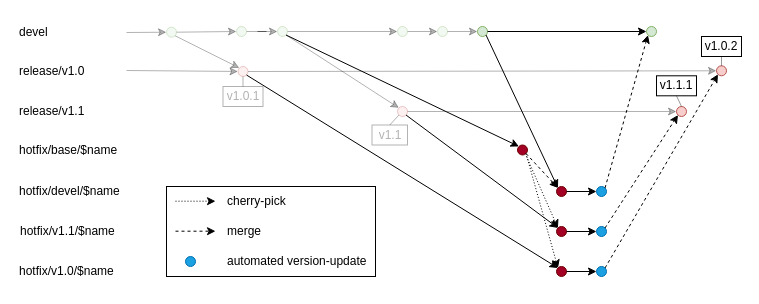
The draw.io diagram docs/img/hotfix.drawio in alasca-association/tarook, before the edit. Source tidied: cells renumbered, new cells numbered last; positions are measured from the earlier drawing's top-left corner, leaving out a move shared by most shapes. Both pictures are drawn from the tidied source at 100%, with x=0, y=0 at pixel (17, 17).
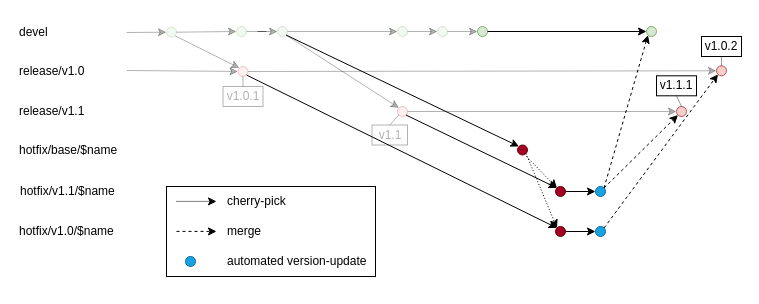
After the change.

Commit message (it also covers changes not shown here):
Change of the proposed hotfix-procedure

The change refers to these unchanged cells:
```xml
<mxCell id="26" style="ellipse;whiteSpace=wrap;html=1;fillColor=#d5e8d4;strokeColor=#82b366;" parent="1" vertex="1">
  <mxGeometry x="460" y="9" width="10" height="10" as="geometry" />
</mxCell>
<mxCell id="28" style="ellipse;whiteSpace=wrap;html=1;fillColor=#a20025;strokeColor=#6F0000;fontColor=#ffffff;" parent="1" vertex="1">
  <mxGeometry x="500" y="127.5" width="10" height="10" as="geometry" />
</mxCell>
<mxCell id="39" style="ellipse;whiteSpace=wrap;html=1;fillColor=#d5e8d4;strokeColor=#82b366;" parent="1" vertex="1">
  <mxGeometry x="629" y="9" width="10" height="10" as="geometry" />
</mxCell>
```

What changed in the source:
```diff
@@
-    <mxCell id="31" value="hotfix/devel/$name" style="text;html=1;strokeColor=none;fillColor=none;align=left;verticalAlign=middle;whiteSpace=wrap;rounded=0;" parent="1" vertex="1">
-      <mxGeometry x="-0.5" y="159" width="229.5" height="30" as="geometry" />
-    </mxCell>
     <mxCell id="32" value="hotfix/v1.1/$name" style="text;html=1;strokeColor=none;fillColor=none;align=left;verticalAlign=middle;whiteSpace=wrap;rounded=0;" parent="1" vertex="1">
-      <mxGeometry x="1" y="199" width="229.5" height="30" as="geometry" />
+      <mxGeometry x="1" y="159" width="229.5" height="30" as="geometry" />
     </mxCell>
     <mxCell id="33" value="hotfix/v1.0/$name" style="text;html=1;strokeColor=none;fillColor=none;align=left;verticalAlign=middle;whiteSpace=wrap;rounded=0;" parent="1" vertex="1">
-      <mxGeometry x="-0.5" y="239" width="229.5" height="30" as="geometry" />
+      <mxGeometry x="-0.5" y="199" width="229.5" height="30" as="geometry" />
     </mxCell>
-    <mxCell id="34" style="ellipse;whiteSpace=wrap;html=1;fillColor=#a20025;strokeColor=#6F0000;fontColor=#ffffff;" parent="1" vertex="1">
-      <mxGeometry x="539" y="169" width="10" height="10" as="geometry" />
-    </mxCell>
-    <mxCell id="35" style="endArrow=classic;html=1;rounded=0;exitX=1;exitY=1;exitDx=0;exitDy=0;entryX=0;entryY=0;entryDx=0;entryDy=0;" parent="1" edge="1" source="26" target="34">
-      <mxGeometry relative="1" as="geometry" />
-    </mxCell>
-    <mxCell id="36" style="endArrow=classic;html=1;rounded=0;entryX=0;entryY=0;entryDx=0;entryDy=0;exitX=1;exitY=1;exitDx=0;exitDy=0;dashed=1;" parent="1" edge="1" source="28" target="34">
-      <mxGeometry relative="1" as="geometry" />
-    </mxCell>
-    <mxCell id="37" style="ellipse;whiteSpace=wrap;html=1;fillColor=#1ba1e2;strokeColor=#006EAF;fontColor=#ffffff;" parent="1" vertex="1">
-      <mxGeometry x="579" y="169" width="10" height="10" as="geometry" />
-    </mxCell>
-    <mxCell id="38" style="endArrow=classic;html=1;rounded=0;entryX=0;entryY=0.5;entryDx=0;entryDy=0;exitX=1;exitY=0.5;exitDx=0;exitDy=0;" parent="1" edge="1" source="34" target="37">
-      <mxGeometry relative="1" as="geometry" />
-    </mxCell>
@@
-    <mxCell id="40" style="endArrow=classic;html=1;rounded=0;entryX=0;entryY=1;entryDx=0;entryDy=0;exitX=1;exitY=0;exitDx=0;exitDy=0;dashed=1;" parent="1" edge="1" source="37" target="39">
+    <mxCell id="40" style="endArrow=classic;html=1;rounded=0;entryX=0;entryY=1;entryDx=0;entryDy=0;dashed=1;exitX=1;exitY=0;exitDx=0;exitDy=0;" parent="1" edge="1" source="52" target="39">
       <mxGeometry relative="1" as="geometry" />
     </mxCell>
@@
     <mxCell id="42" style="ellipse;whiteSpace=wrap;html=1;fillColor=#a20025;strokeColor=#6F0000;fontColor=#ffffff;" parent="1" vertex="1">
-      <mxGeometry x="539" y="249" width="10" height="10" as="geometry" />
+      <mxGeometry x="538" y="209" width="10" height="10" as="geometry" />
     </mxCell>
@@
     <mxCell id="45" style="ellipse;whiteSpace=wrap;html=1;fillColor=#a20025;strokeColor=#6F0000;fontColor=#ffffff;" parent="1" vertex="1">
-      <mxGeometry x="539" y="209" width="10" height="10" as="geometry" />
+      <mxGeometry x="538" y="169" width="10" height="10" as="geometry" />
     </mxCell>
@@
     <mxCell id="51" style="ellipse;whiteSpace=wrap;html=1;fillColor=#1ba1e2;strokeColor=#006EAF;fontColor=#ffffff;" parent="1" vertex="1">
-      <mxGeometry x="579" y="249" width="10" height="10" as="geometry" />
+      <mxGeometry x="578" y="209" width="10" height="10" as="geometry" />
     </mxCell>
     <mxCell id="52" style="ellipse;whiteSpace=wrap;html=1;fillColor=#1ba1e2;strokeColor=#006EAF;fontColor=#ffffff;" parent="1" vertex="1">
-      <mxGeometry x="579" y="209" width="10" height="10" as="geometry" />
+      <mxGeometry x="578" y="169" width="10" height="10" as="geometry" />
     </mxCell>
@@
-    <mxCell id="61" style="endArrow=classic;html=1;rounded=0;dashed=1;dashPattern=1 2;" parent="1" edge="1">
-      <mxGeometry relative="1" as="geometry">
-        <mxPoint x="158" y="183.7" as="sourcePoint" />
-        <mxPoint x="198" y="183.7" as="targetPoint" />
-      </mxGeometry>
-    </mxCell>
@@
     <mxCell id="65" style="endArrow=classic;html=1;rounded=0;exitX=1;exitY=1;exitDx=0;exitDy=0;dashed=1;" parent="1" edge="1">
       <mxGeometry relative="1" as="geometry">
-        <mxPoint x="158" y="213.7" as="sourcePoint" />
-        <mxPoint x="198" y="213.7" as="targetPoint" />
+        <mxPoint x="159" y="213.9" as="sourcePoint" />
+        <mxPoint x="199" y="213.9" as="targetPoint" />
       </mxGeometry>
     </mxCell>
@@
+    <mxCell id="67" style="endArrow=classic;html=1;rounded=0;exitX=1;exitY=1;exitDx=0;exitDy=0;dashed=1;dashPattern=1 1;" parent="1" edge="1">
+      <mxGeometry relative="1" as="geometry">
+        <mxPoint x="159" y="183.9" as="sourcePoint" />
+        <mxPoint x="199" y="183.9" as="targetPoint" />
+      </mxGeometry>
+    </mxCell>
```
